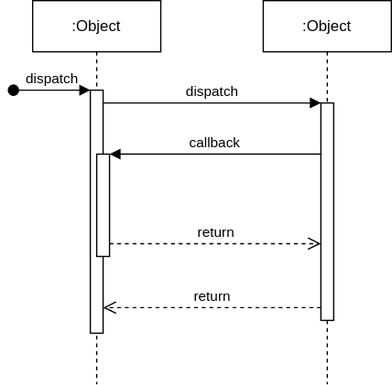
Simamkele88/IFM3_GP keeps this draw.io diagram as Login ISD.svg. Above is the earlier version. Source tidied: cells renumbered, new cells last; positions are measured from the earlier drawing's top-left corner, leaving out a move shared by most shapes.
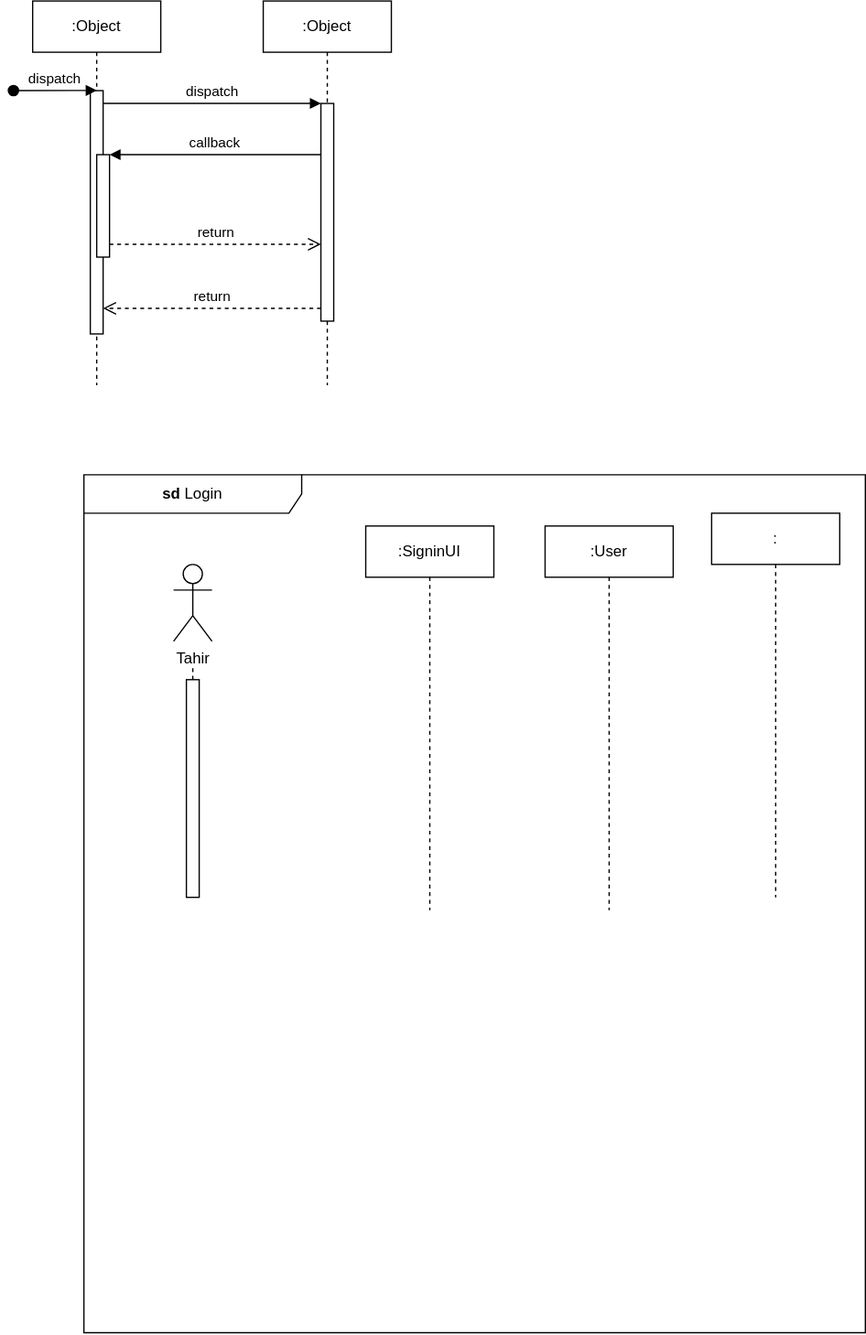
After the commit.

The edit, as a diff of the source:
```diff
@@ -50,5 +50,28 @@
         </Array>
       </mxGeometry>
     </mxCell>
+    <mxCell id="12" value="&lt;b&gt;sd&lt;/b&gt; Login" style="shape=umlFrame;whiteSpace=wrap;html=1;width=170;" parent="1" vertex="1">
+      <mxGeometry x="55" y="370" width="610" height="670" as="geometry" />
+    </mxCell>
+    <mxCell id="13" value="Tahir" style="shape=umlActor;verticalLabelPosition=bottom;verticalAlign=top;html=1;" parent="12" vertex="1">
+      <mxGeometry x="70" y="70" width="30" height="60" as="geometry" />
+    </mxCell>
+    <mxCell id="14" style="html=1;points=[];perimeter=orthogonalPerimeter;outlineConnect=0;targetShapes=umlLifeline;portConstraint=eastwest;newEdgeStyle={&quot;edgeStyle&quot;:&quot;elbowEdgeStyle&quot;,&quot;elbow&quot;:&quot;vertical&quot;,&quot;curved&quot;:0,&quot;rounded&quot;:0};" parent="12" vertex="1">
+      <mxGeometry x="80" y="160" width="10" height="170" as="geometry" />
+    </mxCell>
+    <mxCell id="15" value=":SigninUI" style="shape=umlLifeline;perimeter=lifelinePerimeter;whiteSpace=wrap;html=1;newEdgeStyle={&quot;curved&quot;:0,&quot;rounded&quot;:0};" parent="12" vertex="1">
+      <mxGeometry x="220" y="40" width="100" height="300" as="geometry" />
+    </mxCell>
+    <mxCell id="16" style="endArrow=none;dashed=1;html=1;rounded=0;" parent="12" edge="1" source="14">
+      <mxGeometry relative="1" as="geometry">
+        <mxPoint x="85" y="150" as="targetPoint" />
+      </mxGeometry>
+    </mxCell>
+    <mxCell id="17" value=":User" style="shape=umlLifeline;perimeter=lifelinePerimeter;whiteSpace=wrap;html=1;newEdgeStyle={&quot;curved&quot;:0,&quot;rounded&quot;:0};" parent="12" vertex="1">
+      <mxGeometry x="360" y="40" width="100" height="300" as="geometry" />
+    </mxCell>
+    <mxCell id="18" value=":" style="shape=umlLifeline;perimeter=lifelinePerimeter;whiteSpace=wrap;html=1;newEdgeStyle={&quot;curved&quot;:0,&quot;rounded&quot;:0};" parent="12" vertex="1">
+      <mxGeometry x="490" y="30" width="100" height="300" as="geometry" />
+    </mxCell>
   </root>
 </mxGraphModel>
```
